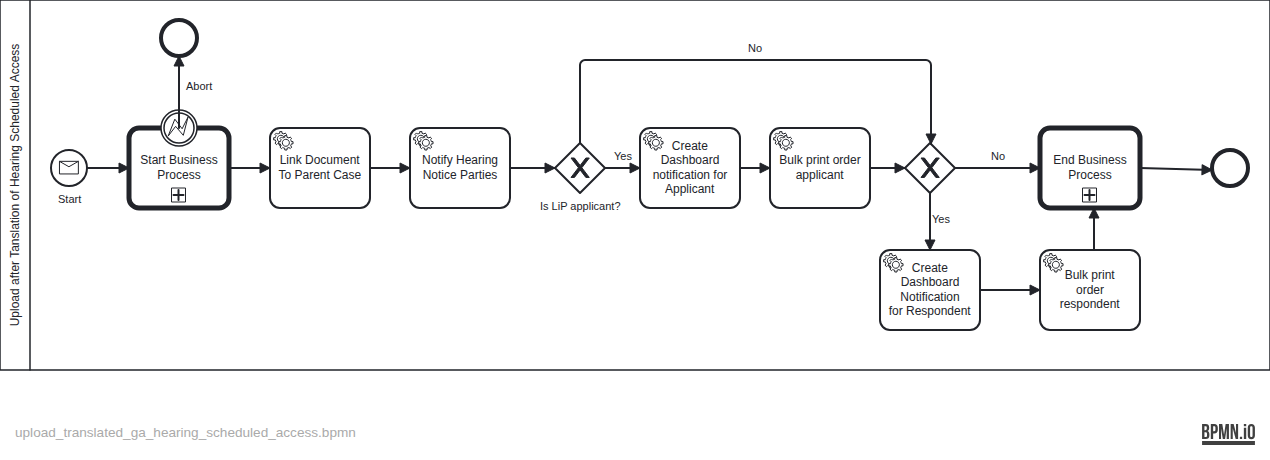
Above: docs/bpmn-diagrams/upload_translated_ga_hearing_scheduled_access.png in hmcts/civil-service (BPMN), before the change. Its source is kept beside it as src/main/resources/camunda/upload_translated_ga_hearing_scheduled_access.bpmn. Ids are renumbered.
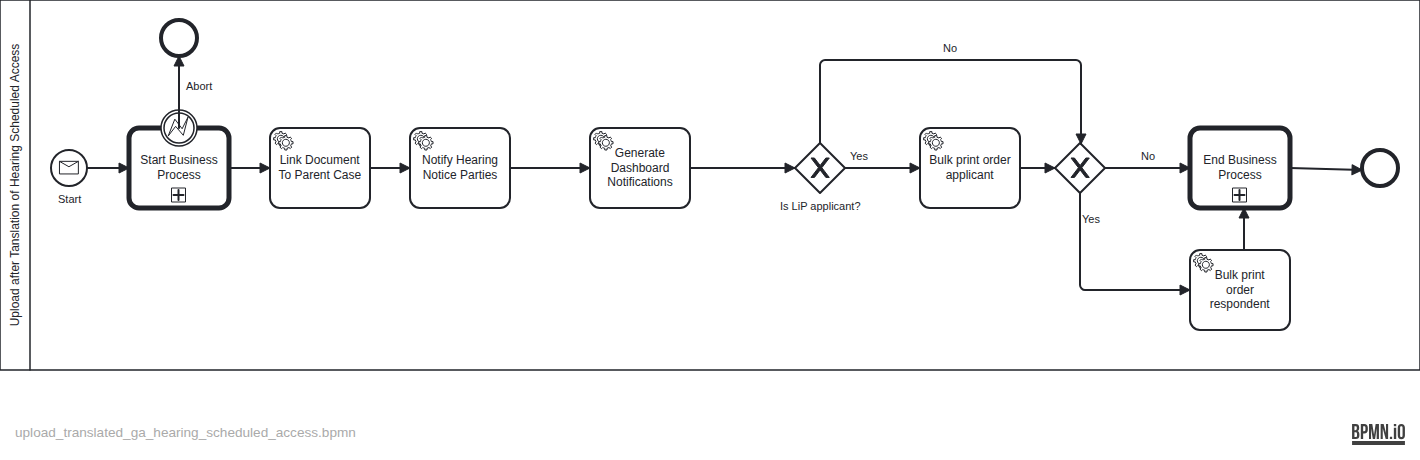
After the commit.

Diff of the diagram source:
```diff
@@ -1,4 +1,4 @@
-<bpmn:definitions xmlns:bpmn="http://www.omg.org/spec/BPMN/20100524/MODEL" xmlns:bpmndi="http://www.omg.org/spec/BPMN/20100524/DI" xmlns:dc="http://www.omg.org/spec/DD/20100524/DC" xmlns:camunda="http://camunda.org/schema/1.0/bpmn" xmlns:di="http://www.omg.org/spec/DD/20100524/DI" xmlns:xsi="http://www.w3.org/2001/XMLSchema-instance" xmlns:modeler="http://camunda.org/schema/modeler/1.0" id="Definitions_n1" targetNamespace="http://bpmn.io/schema/bpmn" exporter="Camunda Modeler" exporterVersion="5.5.1" modeler:executionPlatform="Camunda Platform" modeler:executionPlatformVersion="7.18.0">
+<bpmn:definitions xmlns:bpmn="http://www.omg.org/spec/BPMN/20100524/MODEL" xmlns:bpmndi="http://www.omg.org/spec/BPMN/20100524/DI" xmlns:dc="http://www.omg.org/spec/DD/20100524/DC" xmlns:camunda="http://camunda.org/schema/1.0/bpmn" xmlns:di="http://www.omg.org/spec/DD/20100524/DI" xmlns:xsi="http://www.w3.org/2001/XMLSchema-instance" xmlns:modeler="http://camunda.org/schema/modeler/1.0" id="Definitions_n1" targetNamespace="http://bpmn.io/schema/bpmn" exporter="Camunda Modeler" exporterVersion="5.35.0" modeler:executionPlatform="Camunda Platform" modeler:executionPlatformVersion="7.18.0">
   <bpmn:collaboration id="Collaboration_n2">
     <bpmn:participant id="Participant_n3" name="Upload after Tanslation of Hearing Scheduled Access" processRef="UPLOAD_TRANSLATED_GA_HEARING_SCHEDULED_PROCESS_ID" />
   </bpmn:collaboration>
@@ -25,11 +25,10 @@
     <bpmn:sequenceFlow id="Flow_n5" sourceRef="Event_n4" targetRef="Activity_n10" />
     <bpmn:sequenceFlow id="Flow_n9" sourceRef="Activity_n10" targetRef="Event_n8" />
     <bpmn:sequenceFlow id="Flow_n14" sourceRef="LinkDocumentToParentCase" targetRef="NotifyGaHearingScheduled" />
-    <bpmn:sequenceFlow id="Flow_n15" sourceRef="NotifyGaHearingScheduled" targetRef="Gateway_n16" />
-    <bpmn:sequenceFlow id="Flow_n17" name="Yes" sourceRef="Gateway_n16" targetRef="hearingScheduledCreateDashboardNotificationForApplicant">
+    <bpmn:sequenceFlow id="Flow_n15" sourceRef="NotifyGaHearingScheduled" targetRef="GenerateDashboardNotificationsGaMakeDecision" />
+    <bpmn:sequenceFlow id="Flow_n17" name="Yes" sourceRef="Gateway_n16" targetRef="BulkPrintOrderApplicant">
       <bpmn:conditionExpression xsi:type="bpmn:tFormalExpression">${(!empty flowFlags.LIP_APPLICANT&amp;&amp; flowFlags.LIP_APPLICANT)}</bpmn:conditionExpression>
     </bpmn:sequenceFlow>
-    <bpmn:sequenceFlow id="Flow_n18" sourceRef="hearingScheduledCreateDashboardNotificationForApplicant" targetRef="BulkPrintOrderApplicant" />
     <bpmn:sequenceFlow id="Flow_n19" name="No" sourceRef="Gateway_n16" targetRef="Gateway_n20">
       <bpmn:conditionExpression xsi:type="bpmn:tFormalExpression">${(empty flowFlags.LIP_APPLICANT || !flowFlags.LIP_APPLICANT)}</bpmn:conditionExpression>
     </bpmn:sequenceFlow>
@@ -56,38 +55,15 @@
       <bpmn:incoming>Flow_n14</bpmn:incoming>
       <bpmn:outgoing>Flow_n15</bpmn:outgoing>
     </bpmn:serviceTask>
-    <bpmn:exclusiveGateway id="Gateway_n16" name="Is LiP applicant?">
-      <bpmn:incoming>Flow_n15</bpmn:incoming>
-      <bpmn:outgoing>Flow_n17</bpmn:outgoing>
-      <bpmn:outgoing>Flow_n19</bpmn:outgoing>
-    </bpmn:exclusiveGateway>
-    <bpmn:serviceTask id="hearingScheduledCreateDashboardNotificationForApplicant" name="Create Dashboard notification for Applicant" camunda:type="external" camunda:topic="processExternalCaseEventGASpec">
-      <bpmn:extensionElements>
-        <camunda:inputOutput>
-          <camunda:inputParameter name="caseEvent">CREATE_APPLICANT_DASHBOARD_NOTIFICATION_FOR_MAKE_DECISION</camunda:inputParameter>
-        </camunda:inputOutput>
-      </bpmn:extensionElements>
-      <bpmn:incoming>Flow_n17</bpmn:incoming>
-      <bpmn:outgoing>Flow_n18</bpmn:outgoing>
-    </bpmn:serviceTask>
     <bpmn:exclusiveGateway id="Gateway_n20">
       <bpmn:incoming>Flow_n19</bpmn:incoming>
       <bpmn:incoming>Flow_n25</bpmn:incoming>
       <bpmn:outgoing>Flow_n21</bpmn:outgoing>
       <bpmn:outgoing>Flow_n26</bpmn:outgoing>
     </bpmn:exclusiveGateway>
-    <bpmn:sequenceFlow id="Flow_n26" name="Yes" sourceRef="Gateway_n20" targetRef="hearingScheduledCreateDashboardNotificationForRespondent">
+    <bpmn:sequenceFlow id="Flow_n26" name="Yes" sourceRef="Gateway_n20" targetRef="BulkPrintOrderRespondent">
       <bpmn:conditionExpression xsi:type="bpmn:tFormalExpression">${(!empty flowFlags.LIP_RESPONDENT&amp;&amp; flowFlags.LIP_RESPONDENT)}</bpmn:conditionExpression>
     </bpmn:sequenceFlow>
-    <bpmn:serviceTask id="hearingScheduledCreateDashboardNotificationForRespondent" name="Create Dashboard Notification for Respondent" camunda:type="external" camunda:topic="processExternalCaseEventGASpec">
-      <bpmn:extensionElements>
-        <camunda:inputOutput>
-          <camunda:inputParameter name="caseEvent">CREATE_RESPONDENT_DASHBOARD_NOTIFICATION_FOR_MAKE_DECISION</camunda:inputParameter>
-        </camunda:inputOutput>
-      </bpmn:extensionElements>
-      <bpmn:incoming>Flow_n26</bpmn:incoming>
-      <bpmn:outgoing>Flow_n27</bpmn:outgoing>
-    </bpmn:serviceTask>
     <bpmn:sequenceFlow id="Flow_n25" sourceRef="BulkPrintOrderApplicant" targetRef="Gateway_n20" />
     <bpmn:serviceTask id="BulkPrintOrderApplicant" name="Bulk print order applicant" camunda:type="external" camunda:topic="processExternalCaseEventGASpec">
       <bpmn:extensionElements>
@@ -95,7 +71,7 @@
           <camunda:inputParameter name="caseEvent">SEND_TRANSLATED_ORDER_TO_LIP_APPLICANT</camunda:inputParameter>
         </camunda:inputOutput>
       </bpmn:extensionElements>
-      <bpmn:incoming>Flow_n18</bpmn:incoming>
+      <bpmn:incoming>Flow_n17</bpmn:incoming>
       <bpmn:outgoing>Flow_n25</bpmn:outgoing>
     </bpmn:serviceTask>
     <bpmn:serviceTask id="BulkPrintOrderRespondent" name="Bulk print order respondent" camunda:type="external" camunda:topic="processExternalCaseEventGASpec">
@@ -104,10 +80,9 @@
           <camunda:inputParameter name="caseEvent">SEND_TRANSLATED_ORDER_TO_LIP_RESPONDENT</camunda:inputParameter>
         </camunda:inputOutput>
       </bpmn:extensionElements>
-      <bpmn:incoming>Flow_n27</bpmn:incoming>
+      <bpmn:incoming>Flow_n26</bpmn:incoming>
       <bpmn:outgoing>Flow_n28</bpmn:outgoing>
     </bpmn:serviceTask>
-    <bpmn:sequenceFlow id="Flow_n27" sourceRef="hearingScheduledCreateDashboardNotificationForRespondent" targetRef="BulkPrintOrderRespondent" />
     <bpmn:sequenceFlow id="Flow_n28" sourceRef="BulkPrintOrderRespondent" targetRef="Activity_n22" />
     <bpmn:callActivity id="Activity_n22" name="End Business Process" calledElement="GA_EndHearingScheduledBusinessProcess">
       <bpmn:extensionElements>
@@ -120,6 +95,21 @@
     <bpmn:endEvent id="Event_n24">
       <bpmn:incoming>Flow_n23</bpmn:incoming>
     </bpmn:endEvent>
+    <bpmn:exclusiveGateway id="Gateway_n16" name="Is LiP applicant?">
+      <bpmn:incoming>Flow_n31</bpmn:incoming>
+      <bpmn:outgoing>Flow_n17</bpmn:outgoing>
+      <bpmn:outgoing>Flow_n19</bpmn:outgoing>
+    </bpmn:exclusiveGateway>
+    <bpmn:sequenceFlow id="Flow_n31" sourceRef="GenerateDashboardNotificationsGaMakeDecision" targetRef="Gateway_n16" />
+    <bpmn:serviceTask id="GenerateDashboardNotificationsGaMakeDecision" name="Generate Dashboard Notifications" camunda:type="external" camunda:topic="gaDashboardNotifications">
+      <bpmn:extensionElements>
+        <camunda:inputOutput>
+          <camunda:inputParameter name="caseEvent">DASHBOARD_NOTIFICATION_EVENT</camunda:inputParameter>
+        </camunda:inputOutput>
+      </bpmn:extensionElements>
+      <bpmn:incoming>Flow_n15</bpmn:incoming>
+      <bpmn:outgoing>Flow_n31</bpmn:outgoing>
+    </bpmn:serviceTask>
   </bpmn:process>
   <bpmn:message id="Message_n29" name="MAKE_DECISION" />
   <bpmn:message id="Message_n30" name="HEARING_SCHEDULED_GA" />
@@ -127,7 +117,7 @@
   <bpmndi:BPMNDiagram id="BPMNDiagram_1">
     <bpmndi:BPMNPlane id="BPMNPlane_1" bpmnElement="Collaboration_n2">
       <bpmndi:BPMNShape id="Participant_n3_di" bpmnElement="Participant_n3" isHorizontal="true">
-        <dc:Bounds x="180" y="110" width="1270" height="370" />
+        <dc:Bounds x="180" y="110" width="1420" height="370" />
         <bpmndi:BPMNLabel />
       </bpmndi:BPMNShape>
       <bpmndi:BPMNShape id="Event_n4_di" bpmnElement="Event_n4">
@@ -150,36 +140,32 @@
         <dc:Bounds x="590" y="238" width="100" height="80" />
         <bpmndi:BPMNLabel />
       </bpmndi:BPMNShape>
-      <bpmndi:BPMNShape id="Gateway_n16_di" bpmnElement="Gateway_n16" isMarkerVisible="true">
-        <dc:Bounds x="735" y="253" width="50" height="50" />
-        <bpmndi:BPMNLabel>
-          <dc:Bounds x="720" y="310" width="81" height="14" />
-        </bpmndi:BPMNLabel>
-      </bpmndi:BPMNShape>
-      <bpmndi:BPMNShape id="Activity_1vqp3lv_di" bpmnElement="hearingScheduledCreateDashboardNotificationForApplicant">
-        <dc:Bounds x="820" y="238" width="100" height="80" />
-        <bpmndi:BPMNLabel />
-      </bpmndi:BPMNShape>
       <bpmndi:BPMNShape id="Gateway_n20_di" bpmnElement="Gateway_n20" isMarkerVisible="true">
-        <dc:Bounds x="1085" y="253" width="50" height="50" />
-      </bpmndi:BPMNShape>
-      <bpmndi:BPMNShape id="Activity_1x1mwvt_di" bpmnElement="hearingScheduledCreateDashboardNotificationForRespondent">
-        <dc:Bounds x="1060" y="360" width="100" height="80" />
-        <bpmndi:BPMNLabel />
+        <dc:Bounds x="1235" y="253" width="50" height="50" />
       </bpmndi:BPMNShape>
       <bpmndi:BPMNShape id="Activity_1gvbza4_di" bpmnElement="BulkPrintOrderApplicant">
-        <dc:Bounds x="950" y="238" width="100" height="80" />
+        <dc:Bounds x="1100" y="238" width="100" height="80" />
         <bpmndi:BPMNLabel />
       </bpmndi:BPMNShape>
       <bpmndi:BPMNShape id="Activity_0aqg98f_di" bpmnElement="BulkPrintOrderRespondent">
-        <dc:Bounds x="1220" y="360" width="100" height="80" />
+        <dc:Bounds x="1370" y="360" width="100" height="80" />
         <bpmndi:BPMNLabel />
       </bpmndi:BPMNShape>
       <bpmndi:BPMNShape id="Activity_n22_di" bpmnElement="Activity_n22">
-        <dc:Bounds x="1220" y="238" width="100" height="80" />
+        <dc:Bounds x="1370" y="238" width="100" height="80" />
       </bpmndi:BPMNShape>
       <bpmndi:BPMNShape id="Event_n24_di" bpmnElement="Event_n24">
-        <dc:Bounds x="1392" y="260" width="36" height="36" />
+        <dc:Bounds x="1542" y="260" width="36" height="36" />
+      </bpmndi:BPMNShape>
+      <bpmndi:BPMNShape id="Gateway_n16_di" bpmnElement="Gateway_n16" isMarkerVisible="true">
+        <dc:Bounds x="975" y="253" width="50" height="50" />
+        <bpmndi:BPMNLabel>
+          <dc:Bounds x="960" y="310" width="81" height="14" />
+        </bpmndi:BPMNLabel>
+      </bpmndi:BPMNShape>
+      <bpmndi:BPMNShape id="BPMNShape_n32" bpmnElement="GenerateDashboardNotificationsGaMakeDecision">
+        <dc:Bounds x="770" y="238" width="100" height="80" />
+        <bpmndi:BPMNLabel />
       </bpmndi:BPMNShape>
       <bpmndi:BPMNShape id="Event_n12_di" bpmnElement="Event_n12">
         <dc:Bounds x="341" y="220" width="36" height="36" />
@@ -201,61 +187,58 @@
       </bpmndi:BPMNEdge>
       <bpmndi:BPMNEdge id="Flow_n15_di" bpmnElement="Flow_n15">
         <di:waypoint x="690" y="278" />
-        <di:waypoint x="735" y="278" />
+        <di:waypoint x="770" y="278" />
       </bpmndi:BPMNEdge>
       <bpmndi:BPMNEdge id="Flow_n17_di" bpmnElement="Flow_n17">
-        <di:waypoint x="785" y="278" />
-        <di:waypoint x="820" y="278" />
+        <di:waypoint x="1025" y="278" />
+        <di:waypoint x="1100" y="278" />
         <bpmndi:BPMNLabel>
-          <dc:Bounds x="794" y="260" width="18" height="14" />
+          <dc:Bounds x="1030" y="260" width="18" height="14" />
         </bpmndi:BPMNLabel>
       </bpmndi:BPMNEdge>
-      <bpmndi:BPMNEdge id="Flow_n18_di" bpmnElement="Flow_n18">
-        <di:waypoint x="920" y="278" />
-        <di:waypoint x="950" y="278" />
-      </bpmndi:BPMNEdge>
       <bpmndi:BPMNEdge id="Flow_n19_di" bpmnElement="Flow_n19">
-        <di:waypoint x="760" y="253" />
-        <di:waypoint x="760" y="170" />
-        <di:waypoint x="1111" y="170" />
-        <di:waypoint x="1111" y="254" />
+        <di:waypoint x="1000" y="253" />
+        <di:waypoint x="1000" y="170" />
+        <di:waypoint x="1261" y="170" />
+        <di:waypoint x="1261" y="254" />
         <bpmndi:BPMNLabel>
-          <dc:Bounds x="928" y="152" width="15" height="14" />
-        </bpmndi:BPMNLabel>
-      </bpmndi:BPMNEdge>
-      <bpmndi:BPMNEdge id="Flow_n26_di" bpmnElement="Flow_n26">
-        <di:waypoint x="1110" y="303" />
-        <di:waypoint x="1110" y="360" />
-        <bpmndi:BPMNLabel>
-          <dc:Bounds x="1112" y="323" width="18" height="14" />
+          <dc:Bounds x="1123" y="152" width="15" height="14" />
         </bpmndi:BPMNLabel>
       </bpmndi:BPMNEdge>
       <bpmndi:BPMNEdge id="Flow_n21_di" bpmnElement="Flow_n21">
-        <di:waypoint x="1135" y="278" />
-        <di:waypoint x="1220" y="278" />
+        <di:waypoint x="1285" y="278" />
+        <di:waypoint x="1370" y="278" />
         <bpmndi:BPMNLabel>
-          <dc:Bounds x="1171" y="260" width="15" height="14" />
+          <dc:Bounds x="1321" y="260" width="15" height="14" />
         </bpmndi:BPMNLabel>
       </bpmndi:BPMNEdge>
       <bpmndi:BPMNEdge id="Flow_n23_di" bpmnElement="Flow_n23">
-        <di:waypoint x="1320" y="278" />
-        <di:waypoint x="1392" y="280" />
+        <di:waypoint x="1470" y="278" />
+        <di:waypoint x="1542" y="280" />
       </bpmndi:BPMNEdge>
       <bpmndi:BPMNEdge id="Flow_n11_di" bpmnElement="Flow_n11">
         <di:waypoint x="409" y="278" />
         <di:waypoint x="450" y="278" />
       </bpmndi:BPMNEdge>
+      <bpmndi:BPMNEdge id="Flow_n26_di" bpmnElement="Flow_n26">
+        <di:waypoint x="1260" y="303" />
+        <di:waypoint x="1260" y="400" />
+        <di:waypoint x="1370" y="400" />
+        <bpmndi:BPMNLabel>
+          <dc:Bounds x="1262" y="323" width="18" height="14" />
+        </bpmndi:BPMNLabel>
+      </bpmndi:BPMNEdge>
       <bpmndi:BPMNEdge id="Flow_n25_di" bpmnElement="Flow_n25">
-        <di:waypoint x="1050" y="278" />
-        <di:waypoint x="1085" y="278" />
-      </bpmndi:BPMNEdge>
-      <bpmndi:BPMNEdge id="Flow_n27_di" bpmnElement="Flow_n27">
-        <di:waypoint x="1160" y="400" />
-        <di:waypoint x="1220" y="400" />
+        <di:waypoint x="1200" y="278" />
+        <di:waypoint x="1235" y="278" />
       </bpmndi:BPMNEdge>
       <bpmndi:BPMNEdge id="Flow_n28_di" bpmnElement="Flow_n28">
-        <di:waypoint x="1274" y="360" />
-        <di:waypoint x="1274" y="318" />
+        <di:waypoint x="1424" y="360" />
+        <di:waypoint x="1424" y="318" />
+      </bpmndi:BPMNEdge>
+      <bpmndi:BPMNEdge id="Flow_n31_di" bpmnElement="Flow_n31">
+        <di:waypoint x="870" y="278" />
+        <di:waypoint x="975" y="278" />
       </bpmndi:BPMNEdge>
     </bpmndi:BPMNPlane>
   </bpmndi:BPMNDiagram>
```
